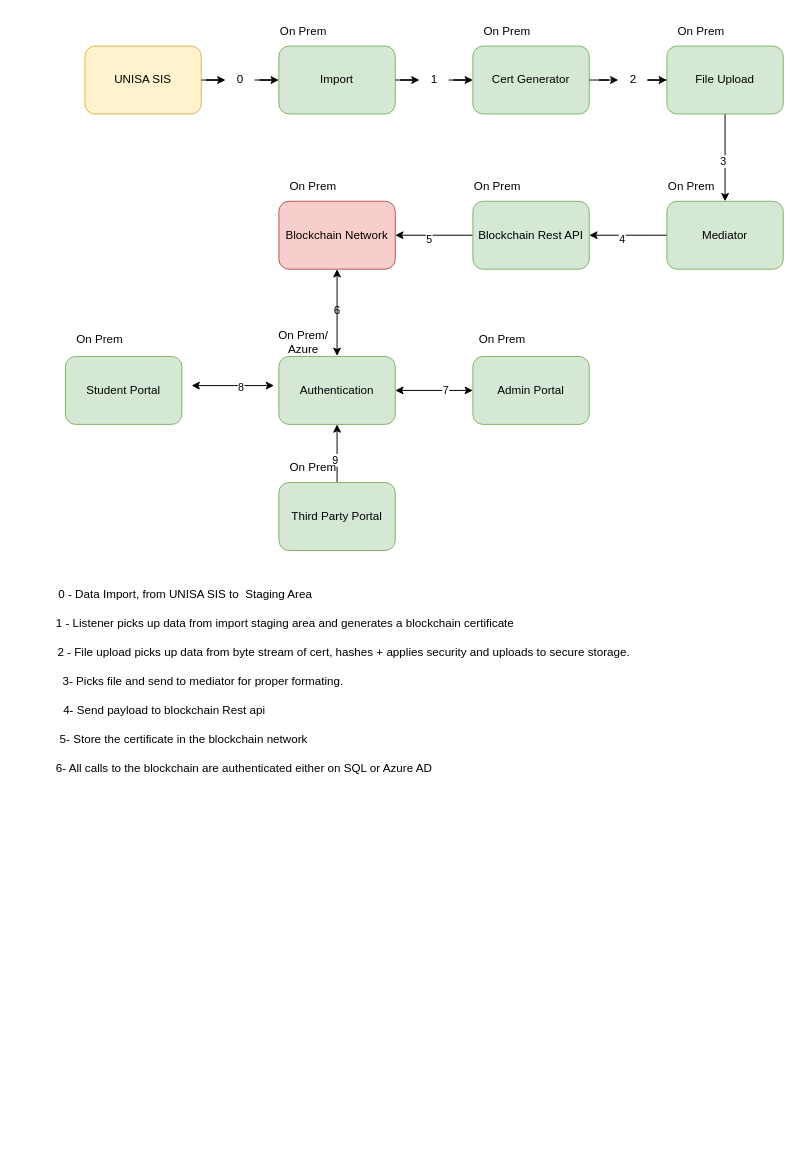
The draw.io diagram ConceptualDesign2.drawio in SifisoMzansi/architecture-diagrams, before the edit. Source tidied: cells renumbered, new cells numbered last; positions are measured from the earlier drawing's top-left corner, leaving out a move shared by most shapes. Both pictures are drawn from the tidied source at 97%, with x=0, y=0 at pixel (41, 16).
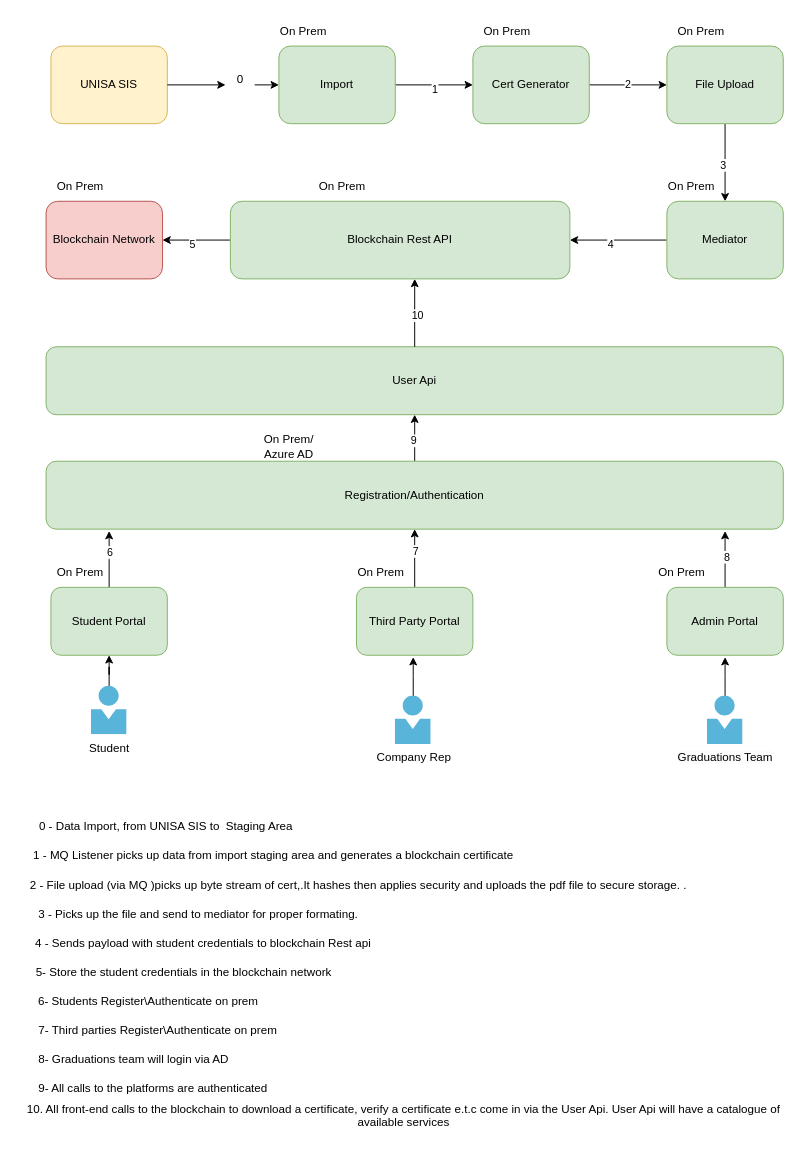
After the change.

Unchanged cells that the change refers to:
```xml
<mxCell id="19" value="0" style="text;html=1;align=center;verticalAlign=middle;points=[];strokeColor=none;fillColor=none;" parent="1" vertex="1">
  <mxGeometry x="190" y="50" width="30" height="30" as="geometry" />
</mxCell>
```

Change to the diagram source:
```diff
@@
-    <mxCell id="2" style="edgeStyle=orthogonalEdgeStyle;rounded=0;jettySize=auto;html=1;" parent="1" edge="1" source="17" target="8">
+    <mxCell id="2" style="edgeStyle=orthogonalEdgeStyle;rounded=0;jettySize=auto;html=1;exitX=1;exitY=0.5;exitDx=0;exitDy=0;" parent="1" edge="1" source="3" target="8">
       <mxGeometry relative="1" as="geometry" />
     </mxCell>
+    <mxCell id="17" value="1" style="edgeLabel;html=1;align=center;verticalAlign=middle;points=[];" parent="2" vertex="1">
+      <mxGeometry y="-4" relative="1" as="geometry" />
+    </mxCell>
     <mxCell id="3" value="Import" style="rounded=1;whiteSpace=wrap;html=1;fillColor=#d5e8d4;strokeColor=#82b366;" parent="1" vertex="1">
-      <mxGeometry x="245" y="30" width="120" height="70" as="geometry" />
+      <mxGeometry x="245" y="30" width="120" height="80" as="geometry" />
     </mxCell>
     <mxCell id="4" style="edgeStyle=orthogonalEdgeStyle;rounded=0;jettySize=auto;html=1;" parent="1" edge="1" source="19" target="3">
-      <mxGeometry relative="1" as="geometry" />
+      <mxGeometry relative="1" as="geometry">
+        <Array as="points">
+          <mxPoint x="235" y="70" />
+          <mxPoint x="235" y="70" />
+        </Array>
+      </mxGeometry>
     </mxCell>
     <mxCell id="5" value="UNISA SIS" style="rounded=1;whiteSpace=wrap;html=1;fillColor=#fff2cc;strokeColor=#d6b656;" parent="1" vertex="1">
-      <mxGeometry x="45" y="30" width="120" height="70" as="geometry" />
+      <mxGeometry x="10" y="30" width="120" height="80" as="geometry" />
     </mxCell>
     <mxCell id="6" value="0 - Data Import, from UNISA SIS to&amp;nbsp; Staging Area&amp;nbsp;" style="text;html=1;align=center;verticalAlign=middle;strokeColor=none;fillColor=none;" parent="1" vertex="1">
-      <mxGeometry x="10" y="580" width="280" height="30" as="geometry" />
+      <mxGeometry x="-10" y="820" width="280" height="30" as="geometry" />
     </mxCell>
-    <mxCell id="7" style="edgeStyle=orthogonalEdgeStyle;rounded=0;jettySize=auto;html=1;entryX=0;entryY=0.5;entryDx=0;entryDy=0;" parent="1" edge="1" source="15" target="12">
+    <mxCell id="7" style="edgeStyle=orthogonalEdgeStyle;rounded=0;jettySize=auto;html=1;entryX=0;entryY=0.5;entryDx=0;entryDy=0;" parent="1" edge="1" source="8" target="12">
       <mxGeometry relative="1" as="geometry" />
     </mxCell>
+    <mxCell id="15" value="2" style="edgeLabel;html=1;align=center;verticalAlign=middle;points=[];" parent="7" vertex="1">
+      <mxGeometry x="-0.03" y="1" relative="1" as="geometry" />
+    </mxCell>
     <mxCell id="8" value="Cert Generator" style="rounded=1;whiteSpace=wrap;html=1;fillColor=#d5e8d4;strokeColor=#82b366;" parent="1" vertex="1">
-      <mxGeometry x="445" y="30" width="120" height="70" as="geometry" />
+      <mxGeometry x="445" y="30" width="120" height="80" as="geometry" />
     </mxCell>
-    <mxCell id="9" value="&amp;nbsp; &amp;nbsp; 1 - Listener picks up data from import staging area and generates a blockchain certificate&lt;span style=&quot;white-space: pre;&quot;&gt;&#9;&lt;/span&gt;" style="text;html=1;align=center;verticalAlign=middle;strokeColor=none;fillColor=none;" parent="1" vertex="1">
-      <mxGeometry y="610" width="510" height="30" as="geometry" />
+    <mxCell id="9" value="&amp;nbsp; &amp;nbsp; 1 - MQ Listener picks up data from import staging area and generates a blockchain certificate&lt;span style=&quot;white-space: pre;&quot;&gt;&#9;&lt;/span&gt;" style="text;html=1;align=center;verticalAlign=middle;strokeColor=none;fillColor=none;" parent="1" vertex="1">
+      <mxGeometry x="-25" y="850" width="540" height="30" as="geometry" />
     </mxCell>
@@
     <mxCell id="12" value="File Upload" style="rounded=1;whiteSpace=wrap;html=1;fillColor=#d5e8d4;strokeColor=#82b366;" parent="1" vertex="1">
-      <mxGeometry x="645" y="30" width="120" height="70" as="geometry" />
+      <mxGeometry x="645" y="30" width="120" height="80" as="geometry" />
     </mxCell>
-    <mxCell id="13" value="&amp;nbsp; &amp;nbsp; 2 - File upload picks up data from byte stream of cert, hashes + applies security and uploads to secure storage." style="text;html=1;align=center;verticalAlign=middle;strokeColor=none;fillColor=none;" parent="1" vertex="1">
-      <mxGeometry y="640" width="610" height="30" as="geometry" />
+    <mxCell id="13" value="&amp;nbsp; &amp;nbsp; 2 - File upload (via MQ )picks up byte stream of cert,.It hashes then applies security and uploads the pdf file to secure storage. ." style="text;html=1;align=center;verticalAlign=middle;strokeColor=none;fillColor=none;" parent="1" vertex="1">
+      <mxGeometry x="-25" y="880" width="690" height="30" as="geometry" />
     </mxCell>
-    <mxCell id="14" style="edgeStyle=orthogonalEdgeStyle;rounded=0;jettySize=auto;html=1;entryX=0;entryY=0.5;entryDx=0;entryDy=0;" parent="1" edge="1" source="8" target="15">
-      <mxGeometry relative="1" as="geometry" />
-    </mxCell>
-    <mxCell id="15" value="2" style="text;html=1;align=center;verticalAlign=middle;points=[];strokeColor=none;fillColor=none;" parent="1" vertex="1">
-      <mxGeometry x="595" y="50" width="30" height="30" as="geometry" />
-    </mxCell>
-    <mxCell id="16" style="edgeStyle=orthogonalEdgeStyle;rounded=0;jettySize=auto;html=1;" parent="1" edge="1" source="3" target="17">
-      <mxGeometry relative="1" as="geometry" />
-    </mxCell>
-    <mxCell id="17" value="1" style="text;html=1;align=center;verticalAlign=middle;points=[];strokeColor=none;fillColor=none;" parent="1" vertex="1">
-      <mxGeometry x="390" y="50" width="30" height="30" as="geometry" />
-    </mxCell>
     <mxCell id="18" style="edgeStyle=orthogonalEdgeStyle;rounded=0;jettySize=auto;html=1;" parent="1" edge="1" source="5" target="19">
-      <mxGeometry relative="1" as="geometry" />
+      <mxGeometry relative="1" as="geometry">
+        <Array as="points">
+          <mxPoint x="175" y="70" />
+          <mxPoint x="175" y="70" />
+        </Array>
+      </mxGeometry>
     </mxCell>
@@
     <mxCell id="22" value="Blockchain Rest API" style="rounded=1;whiteSpace=wrap;html=1;fillColor=#d5e8d4;strokeColor=#82b366;" parent="1" vertex="1">
-      <mxGeometry x="445" y="190" width="120" height="70" as="geometry" />
+      <mxGeometry x="195" y="190" width="350" height="80" as="geometry" />
     </mxCell>
@@
     <mxCell id="25" value="Mediator" style="rounded=1;whiteSpace=wrap;html=1;fillColor=#d5e8d4;strokeColor=#82b366;" parent="1" vertex="1">
-      <mxGeometry x="645" y="190" width="120" height="70" as="geometry" />
+      <mxGeometry x="645" y="190" width="120" height="80" as="geometry" />
     </mxCell>
-    <mxCell id="26" value="&amp;nbsp; &amp;nbsp; 3- Picks file and send to mediator for proper formating." style="text;html=1;align=center;verticalAlign=middle;strokeColor=none;fillColor=none;" parent="1" vertex="1">
-      <mxGeometry y="670" width="320" height="30" as="geometry" />
+    <mxCell id="26" value="&amp;nbsp; &amp;nbsp; 3 - Picks up the file and send to mediator for proper formating." style="text;html=1;align=center;verticalAlign=middle;strokeColor=none;fillColor=none;" parent="1" vertex="1">
+      <mxGeometry x="-25" y="910" width="360" height="30" as="geometry" />
     </mxCell>
-    <mxCell id="27" value="&amp;nbsp; &amp;nbsp; 4- Send payload to blockchain Rest api" style="text;html=1;align=center;verticalAlign=middle;strokeColor=none;fillColor=none;" parent="1" vertex="1">
-      <mxGeometry y="700" width="240" height="30" as="geometry" />
+    <mxCell id="27" value="&amp;nbsp; &amp;nbsp; 4 - Sends payload with student credentials to blockchain Rest api" style="text;html=1;align=center;verticalAlign=middle;strokeColor=none;fillColor=none;" parent="1" vertex="1">
+      <mxGeometry x="-25" y="940" width="370" height="30" as="geometry" />
     </mxCell>
     <mxCell id="28" value="Blockchain Network" style="rounded=1;whiteSpace=wrap;html=1;fillColor=#f8cecc;strokeColor=#b85450;" parent="1" vertex="1">
-      <mxGeometry x="245" y="190" width="120" height="70" as="geometry" />
+      <mxGeometry x="5" y="190" width="120" height="80" as="geometry" />
     </mxCell>
-    <mxCell id="29" value="&amp;nbsp; &amp;nbsp; 5- Store the certificate in the blockchain network" style="text;html=1;align=center;verticalAlign=middle;strokeColor=none;fillColor=none;" parent="1" vertex="1">
-      <mxGeometry y="730" width="280" height="30" as="geometry" />
+    <mxCell id="29" value="&amp;nbsp; &amp;nbsp; 5- Store the student credentials in the blockchain network" style="text;html=1;align=center;verticalAlign=middle;strokeColor=none;fillColor=none;" parent="1" vertex="1">
+      <mxGeometry x="-25" y="970" width="330" height="30" as="geometry" />
     </mxCell>
@@
     <mxCell id="34" value="On Prem" style="text;html=1;align=center;verticalAlign=middle;strokeColor=none;fillColor=none;" parent="1" vertex="1">
-      <mxGeometry x="435" y="160" width="70" height="30" as="geometry" />
+      <mxGeometry x="275" y="160" width="70" height="30" as="geometry" />
     </mxCell>
+    <mxCell id="53" style="edgeStyle=orthogonalEdgeStyle;rounded=0;jettySize=auto;html=1;entryX=0.5;entryY=1;entryDx=0;entryDy=0;" parent="1" edge="1" source="35" target="56">
+      <mxGeometry relative="1" as="geometry" />
+    </mxCell>
+    <mxCell id="39" value="9" style="edgeLabel;html=1;align=center;verticalAlign=middle;" parent="53" vertex="1">
+      <mxGeometry x="-0.08" y="2" relative="1" as="geometry" />
+    </mxCell>
-    <mxCell id="35" value="Authentication" style="rounded=1;whiteSpace=wrap;html=1;fillColor=#d5e8d4;strokeColor=#82b366;" parent="1" vertex="1">
-      <mxGeometry x="245" y="350" width="120" height="70" as="geometry" />
+    <mxCell id="35" value="Registration/Authentication" style="rounded=1;whiteSpace=wrap;html=1;fillColor=#d5e8d4;strokeColor=#82b366;" parent="1" vertex="1">
+      <mxGeometry x="5" y="458" width="760" height="70" as="geometry" />
     </mxCell>
-    <mxCell id="36" style="endArrow=classic;startArrow=classic;html=1;rounded=0;entryX=0.5;entryY=1;entryDx=0;entryDy=0;exitX=1;exitY=0.86;exitDx=0;exitDy=0;exitPerimeter=0;" parent="1" edge="1" source="49" target="28">
-      <mxGeometry relative="1" as="geometry" />
-    </mxCell>
+    <mxCell id="54" style="edgeStyle=orthogonalEdgeStyle;rounded=0;jettySize=auto;html=1;exitX=0.5;exitY=0;exitDx=0;exitDy=0;" parent="1" edge="1" source="37">
+      <mxGeometry relative="1" as="geometry">
+        <mxPoint x="70" y="530" as="targetPoint" />
+      </mxGeometry>
+    </mxCell>
+    <mxCell id="42" value="6" style="edgeLabel;html=1;align=center;verticalAlign=middle;" parent="54" vertex="1">
+      <mxGeometry x="0.27" relative="1" as="geometry" />
+    </mxCell>
     <mxCell id="37" value="Student Portal" style="rounded=1;whiteSpace=wrap;html=1;fillColor=#d5e8d4;strokeColor=#82b366;" parent="1" vertex="1">
-      <mxGeometry x="25" y="350" width="120" height="70" as="geometry" />
+      <mxGeometry x="10" y="588" width="120" height="70" as="geometry" />
     </mxCell>
-    <mxCell id="38" style="edgeStyle=orthogonalEdgeStyle;rounded=0;jettySize=auto;html=1;entryX=0.5;entryY=1;entryDx=0;entryDy=0;" parent="1" edge="1" source="40" target="35">
+    <mxCell id="38" style="edgeStyle=orthogonalEdgeStyle;rounded=0;jettySize=auto;html=1;exitX=0.5;exitY=0;exitDx=0;exitDy=0;entryX=0.5;entryY=1;entryDx=0;entryDy=0;" parent="1" edge="1" source="40" target="35">
       <mxGeometry relative="1" as="geometry" />
     </mxCell>
-    <mxCell id="39" value="9" style="edgeLabel;html=1;align=center;verticalAlign=middle;" parent="38" vertex="1">
-      <mxGeometry x="-0.19" y="3" relative="1" as="geometry" />
-    </mxCell>
+    <mxCell id="44" value="7" style="edgeLabel;html=1;align=center;verticalAlign=middle;" parent="38" vertex="1">
+      <mxGeometry x="0.27" relative="1" as="geometry" />
+    </mxCell>
     <mxCell id="40" value="Third Party Portal" style="rounded=1;whiteSpace=wrap;html=1;fillColor=#d5e8d4;strokeColor=#82b366;" parent="1" vertex="1">
-      <mxGeometry x="245" y="480" width="120" height="70" as="geometry" />
+      <mxGeometry x="325" y="588" width="120" height="70" as="geometry" />
     </mxCell>
+    <mxCell id="55" style="edgeStyle=orthogonalEdgeStyle;rounded=0;jettySize=auto;html=1;" parent="1" edge="1" source="41">
+      <mxGeometry relative="1" as="geometry">
+        <mxPoint x="705" y="530" as="targetPoint" />
+      </mxGeometry>
+    </mxCell>
+    <mxCell id="46" value="8" style="edgeLabel;html=1;align=center;verticalAlign=middle;" parent="55" vertex="1">
+      <mxGeometry x="0.09" y="-1" relative="1" as="geometry" />
+    </mxCell>
     <mxCell id="41" value="Admin Portal" style="rounded=1;whiteSpace=wrap;html=1;fillColor=#d5e8d4;strokeColor=#82b366;" parent="1" vertex="1">
-      <mxGeometry x="445" y="350" width="120" height="70" as="geometry" />
+      <mxGeometry x="645" y="588" width="120" height="70" as="geometry" />
     </mxCell>
-    <mxCell id="42" value="6" style="text;html=1;align=center;verticalAlign=middle;strokeColor=none;fillColor=none;" parent="1" vertex="1">
-      <mxGeometry x="290" y="288" width="30" height="30" as="geometry" />
-    </mxCell>
-    <mxCell id="43" style="endArrow=classic;startArrow=classic;html=1;rounded=0;exitX=1;exitY=0.5;exitDx=0;exitDy=0;entryX=0;entryY=0.5;entryDx=0;entryDy=0;" parent="1" edge="1" source="35" target="41">
-      <mxGeometry relative="1" as="geometry" />
-    </mxCell>
-    <mxCell id="44" value="7" style="edgeLabel;html=1;align=center;verticalAlign=middle;" parent="43" vertex="1">
-      <mxGeometry x="0.28" y="1" relative="1" as="geometry" />
-    </mxCell>
-    <mxCell id="45" style="endArrow=classic;startArrow=classic;html=1;rounded=0;" parent="1" edge="1">
-      <mxGeometry relative="1" as="geometry">
-        <mxPoint x="155" y="380" as="sourcePoint" />
-        <mxPoint x="240" y="380" as="targetPoint" />
-      </mxGeometry>
-    </mxCell>
-    <mxCell id="46" value="8" style="edgeLabel;html=1;align=center;verticalAlign=middle;" parent="45" vertex="1">
-      <mxGeometry x="0.18" y="-1" relative="1" as="geometry" />
-    </mxCell>
     <mxCell id="47" value="On Prem" style="text;html=1;align=center;verticalAlign=middle;strokeColor=none;fillColor=none;" parent="1" vertex="1">
-      <mxGeometry x="440" y="318" width="70" height="30" as="geometry" />
+      <mxGeometry x="625" y="558" width="70" height="30" as="geometry" />
     </mxCell>
     <mxCell id="48" value="On Prem" style="text;html=1;align=center;verticalAlign=middle;strokeColor=none;fillColor=none;" parent="1" vertex="1">
-      <mxGeometry x="25" y="318" width="70" height="30" as="geometry" />
+      <mxGeometry x="5" y="558" width="70" height="30" as="geometry" />
     </mxCell>
-    <mxCell id="49" value="On Prem/&lt;div&gt;Azure&lt;/div&gt;" style="text;html=1;align=center;verticalAlign=middle;points=[];strokeColor=none;fillColor=none;" parent="1" vertex="1">
-      <mxGeometry x="235" y="315" width="70" height="40" as="geometry" />
+    <mxCell id="49" value="On Prem/&lt;div&gt;Azure AD&lt;/div&gt;" style="text;html=1;align=center;verticalAlign=middle;points=[];strokeColor=none;fillColor=none;" parent="1" vertex="1">
+      <mxGeometry x="220" y="423" width="70" height="40" as="geometry" />
     </mxCell>
     <mxCell id="50" value="On Prem" style="text;html=1;align=center;verticalAlign=middle;strokeColor=none;fillColor=none;" parent="1" vertex="1">
-      <mxGeometry x="245" y="160" width="70" height="30" as="geometry" />
+      <mxGeometry x="5" y="160" width="70" height="30" as="geometry" />
     </mxCell>
     <mxCell id="51" value="On Prem" style="text;html=1;align=center;verticalAlign=middle;strokeColor=none;fillColor=none;" parent="1" vertex="1">
-      <mxGeometry x="245" y="450" width="70" height="30" as="geometry" />
+      <mxGeometry x="315" y="558" width="70" height="30" as="geometry" />
     </mxCell>
-    <mxCell id="52" value="6- All calls to the blockchain are authenticated either on SQL or Azure AD&lt;span style=&quot;white-space: pre;&quot;&gt;&#9;&lt;/span&gt;" style="text;html=1;align=center;verticalAlign=middle;strokeColor=none;fillColor=none;" parent="1" vertex="1">
-      <mxGeometry x="10" y="760" width="410" height="30" as="geometry" />
+    <mxCell id="52" value="9- All calls to the platforms are authenticated" style="text;html=1;align=center;verticalAlign=middle;strokeColor=none;fillColor=none;" parent="1" vertex="1">
+      <mxGeometry x="-10" y="1090" width="250" height="30" as="geometry" />
     </mxCell>
+    <mxCell id="56" value="User Api" style="rounded=1;whiteSpace=wrap;html=1;fillColor=#d5e8d4;strokeColor=#82b366;" parent="1" vertex="1">
+      <mxGeometry x="5" y="340" width="760" height="70" as="geometry" />
+    </mxCell>
+    <mxCell id="57" style="edgeStyle=orthogonalEdgeStyle;rounded=0;jettySize=auto;html=1;entryX=0.543;entryY=1;entryDx=0;entryDy=0;entryPerimeter=0;" parent="1" edge="1" source="56" target="22">
+      <mxGeometry relative="1" as="geometry" />
+    </mxCell>
+    <mxCell id="58" value="10" style="edgeLabel;html=1;align=center;verticalAlign=middle;" parent="57" vertex="1">
+      <mxGeometry x="-0.06" y="-2" relative="1" as="geometry" />
+    </mxCell>
+    <mxCell id="59" style="edgeStyle=orthogonalEdgeStyle;rounded=0;jettySize=auto;html=1;" parent="1" edge="1" source="60" target="37">
+      <mxGeometry relative="1" as="geometry" />
+    </mxCell>
+    <mxCell id="60" value="Student" style="image;sketch=0;html=1;points=[];align=center;fontSize=12;image=img/lib/mscae/Person.svg;" parent="1" vertex="1">
+      <mxGeometry x="51.5" y="690" width="37" height="50" as="geometry" />
+    </mxCell>
+    <mxCell id="61" style="edgeStyle=orthogonalEdgeStyle;rounded=0;jettySize=auto;html=1;" parent="1" edge="1" source="62">
+      <mxGeometry relative="1" as="geometry">
+        <mxPoint x="383.5" y="660" as="targetPoint" />
+      </mxGeometry>
+    </mxCell>
+    <mxCell id="62" value="Company Rep" style="image;sketch=0;html=1;points=[];align=center;fontSize=12;image=img/lib/mscae/Person.svg;" parent="1" vertex="1">
+      <mxGeometry x="365" y="700" width="37" height="50" as="geometry" />
+    </mxCell>
+    <mxCell id="63" style="edgeStyle=orthogonalEdgeStyle;rounded=0;jettySize=auto;html=1;" parent="1" edge="1" source="64">
+      <mxGeometry relative="1" as="geometry">
+        <mxPoint x="705" y="660" as="targetPoint" />
+      </mxGeometry>
+    </mxCell>
+    <mxCell id="64" value="&lt;span style=&quot;background-color: rgb(251, 251, 251);&quot;&gt;Graduations Team&lt;/span&gt;" style="image;sketch=0;html=1;points=[];align=center;fontSize=12;image=img/lib/mscae/Person.svg;" parent="1" vertex="1">
+      <mxGeometry x="686.5" y="700" width="37" height="50" as="geometry" />
+    </mxCell>
+    <mxCell id="65" value="6- Students Register\Authenticate on prem" style="text;html=1;align=center;verticalAlign=middle;strokeColor=none;fillColor=none;" parent="1" vertex="1">
+      <mxGeometry x="-10" y="1000" width="240" height="30" as="geometry" />
+    </mxCell>
+    <mxCell id="66" value="7- Third parties Register\Authenticate on prem" style="text;html=1;align=center;verticalAlign=middle;strokeColor=none;fillColor=none;" parent="1" vertex="1">
+      <mxGeometry x="-10" y="1030" width="260" height="30" as="geometry" />
+    </mxCell>
+    <mxCell id="67" value="8- Graduations team will login via AD" style="text;html=1;align=center;verticalAlign=middle;strokeColor=none;fillColor=none;" parent="1" vertex="1">
+      <mxGeometry x="-10" y="1060" width="210" height="30" as="geometry" />
+    </mxCell>
+    <mxCell id="68" value="10. All front-end calls to the blockchain to download a certificate, verify a certificate e.t.c come in via the User Api. User Api will have a catalogue of&amp;nbsp;&lt;div&gt;available services&amp;nbsp;&lt;div&gt;&amp;nbsp;&lt;/div&gt;&lt;/div&gt;" style="text;html=1;align=center;verticalAlign=middle;strokeColor=none;fillColor=none;" parent="1" vertex="1">
+      <mxGeometry x="-15" y="1110" width="780" height="60" as="geometry" />
+    </mxCell>
```
